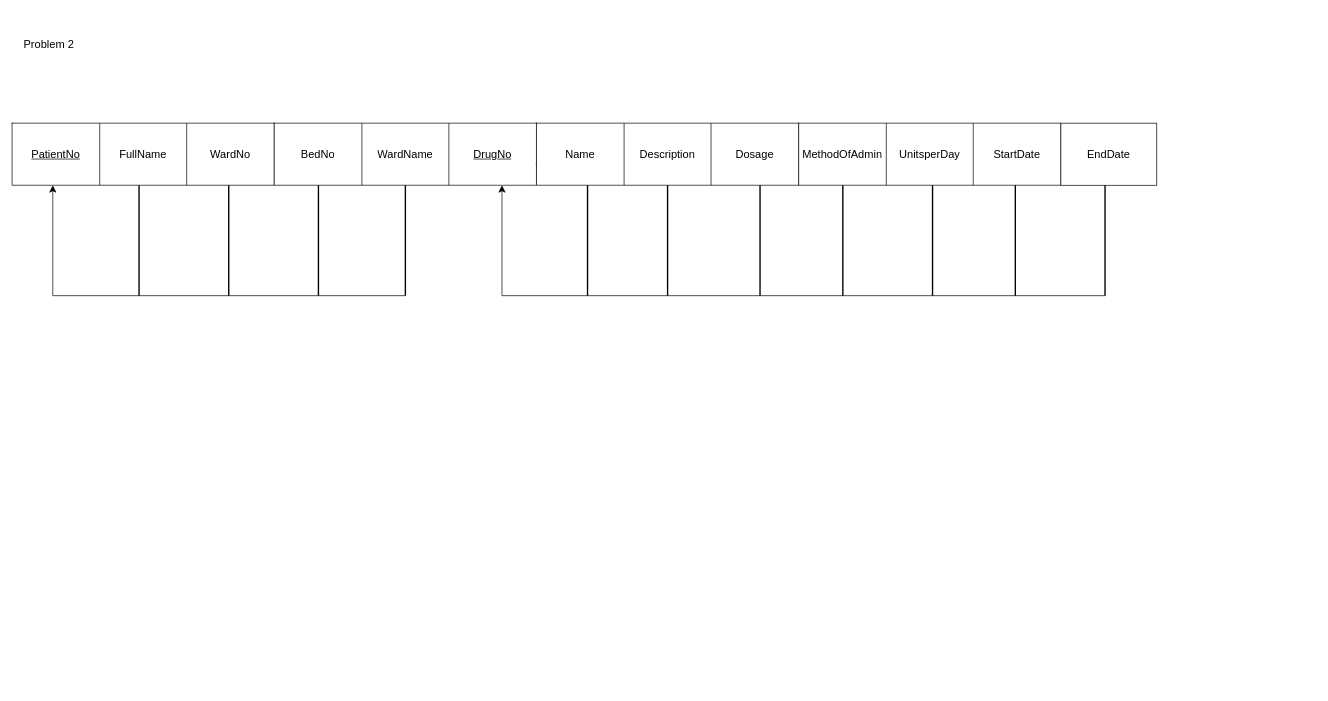
The draw.io diagram page "Page-1" (1 of 2) of Untitled Diagram.drawio in jahnavik0801/Databases, before the edit. Source tidied: cells renumbered, new cells numbered last; positions are measured from the earlier drawing's top-left corner, leaving out a move shared by most shapes. Both pictures are drawn from the tidied source at 69%, with x=0, y=0 at pixel (12, 34).
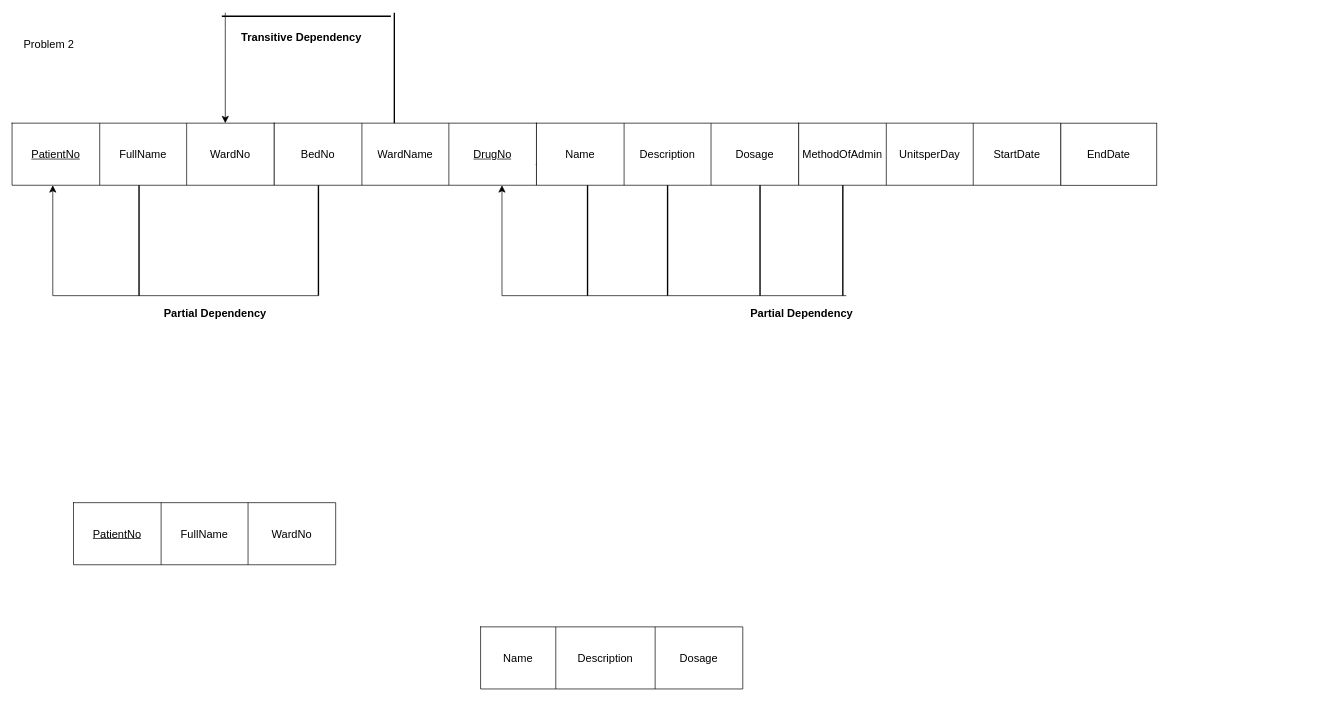
Above is the later version.

The change refers to these unchanged cells:
```xml
<mxCell id="39" style="line;strokeWidth=2;direction=south;html=1;" parent="1" vertex="1">
  <mxGeometry x="439" y="219" width="10" height="160" as="geometry" />
</mxCell>
```

Change to the diagram source:
```diff
@@
-    <mxCell id="29" style="line;strokeWidth=2;direction=south;html=1;" parent="1" vertex="1">
-      <mxGeometry x="309" y="219" width="10" height="160" as="geometry" />
-    </mxCell>
@@
-    <mxCell id="31" style="line;strokeWidth=2;direction=south;html=1;" parent="1" vertex="1">
-      <mxGeometry x="565" y="219" width="10" height="160" as="geometry" />
-    </mxCell>
-    <mxCell id="32" style="line;strokeWidth=2;direction=south;html=1;" parent="1" vertex="1">
-      <mxGeometry x="1579" y="219" width="10" height="160" as="geometry" />
-    </mxCell>
-    <mxCell id="33" style="line;strokeWidth=2;direction=south;html=1;" parent="1" vertex="1">
-      <mxGeometry x="1449" y="219" width="10" height="160" as="geometry" />
-    </mxCell>
-    <mxCell id="34" style="line;strokeWidth=2;direction=south;html=1;" parent="1" vertex="1">
-      <mxGeometry x="1329" y="219" width="10" height="160" as="geometry" />
-    </mxCell>
@@
-    <mxCell id="38" style="edgeStyle=segmentEdgeStyle;endArrow=classic;html=1;curved=0;rounded=0;endSize=8;startSize=8;fontSize=12;exitX=1;exitY=0.5;exitDx=0;exitDy=0;exitPerimeter=0;" parent="1" edge="1" source="31">
+    <mxCell id="38" style="edgeStyle=segmentEdgeStyle;endArrow=classic;html=1;curved=0;rounded=0;endSize=8;startSize=8;fontSize=12;exitX=1;exitY=0.5;exitDx=0;exitDy=0;exitPerimeter=0;" parent="1" edge="1" source="39">
       <mxGeometry relative="1" as="geometry">
         <mxPoint x="59" y="219" as="targetPoint" />
       </mxGeometry>
     </mxCell>
@@
-    <mxCell id="40" style="edgeStyle=segmentEdgeStyle;endArrow=classic;html=1;curved=0;rounded=0;endSize=8;startSize=8;fontSize=12;exitX=1;exitY=0.5;exitDx=0;exitDy=0;exitPerimeter=0;fontStyle=1;" parent="1" edge="1" source="32">
+    <mxCell id="40" style="edgeStyle=segmentEdgeStyle;endArrow=classic;html=1;curved=0;rounded=0;endSize=8;startSize=8;fontSize=12;fontStyle=1;" parent="1" edge="1">
       <mxGeometry relative="1" as="geometry">
+        <mxPoint x="1209" y="379" as="sourcePoint" />
         <mxPoint x="710" y="219" as="targetPoint" />
       </mxGeometry>
     </mxCell>
+    <mxCell id="41" value="&lt;b&gt;Partial Dependency&lt;/b&gt;" style="text;html=1;align=center;verticalAlign=middle;strokeColor=none;fillColor=none;fontSize=16;" parent="1" vertex="1">
+      <mxGeometry x="209" y="389" width="170" height="30" as="geometry" />
+    </mxCell>
+    <mxCell id="42" value="&lt;b&gt;Partial Dependency&lt;/b&gt;" style="text;html=1;align=center;verticalAlign=middle;strokeColor=none;fillColor=none;fontSize=16;" parent="1" vertex="1">
+      <mxGeometry x="1059" y="389" width="170" height="30" as="geometry" />
+    </mxCell>
+    <mxCell id="43" style="line;strokeWidth=2;direction=south;html=1;" parent="1" vertex="1">
+      <mxGeometry x="549" y="-31" width="10" height="160" as="geometry" />
+    </mxCell>
+    <mxCell id="44" style="edgeStyle=none;orthogonalLoop=1;jettySize=auto;html=1;rounded=0;fontSize=12;startSize=8;endSize=8;curved=1;" parent="1" edge="1">
+      <mxGeometry relative="1" as="geometry">
+        <mxPoint x="309" y="-31" as="sourcePoint" />
+        <mxPoint x="309" y="129" as="targetPoint" />
+      </mxGeometry>
+    </mxCell>
+    <mxCell id="45" style="line;strokeWidth=2;html=1;" parent="1" vertex="1">
+      <mxGeometry x="304" y="-31" width="245" height="10" as="geometry" />
+    </mxCell>
+    <mxCell id="46" value="&lt;b&gt;Transitive Dependency&lt;/b&gt;" style="text;html=1;align=center;verticalAlign=middle;strokeColor=none;fillColor=none;fontSize=16;" parent="1" vertex="1">
+      <mxGeometry x="319" y="-11" width="200" height="30" as="geometry" />
+    </mxCell>
+    <mxCell id="47" style="shape=table;startSize=0;childLayout=tableLayout;fontSize=16;" parent="1" vertex="1">
+      <mxGeometry x="89" y="679" width="380" height="90" as="geometry" />
+    </mxCell>
+    <mxCell id="48" style="shape=tableRow;horizontal=0;startSize=0;swimlaneHead=0;swimlaneBody=0;strokeColor=inherit;top=0;left=0;bottom=0;right=0;fillColor=none;fontSize=16;" parent="47" vertex="1">
+      <mxGeometry width="380" height="90" as="geometry" />
+    </mxCell>
+    <mxCell id="49" value="&lt;u&gt;PatientNo&lt;/u&gt;" style="shape=partialRectangle;html=1;whiteSpace=wrap;strokeColor=inherit;overflow=hidden;fillColor=none;top=0;left=0;bottom=0;right=0;fontSize=16;" parent="48" vertex="1">
+      <mxGeometry width="127" height="90" as="geometry" />
+    </mxCell>
+    <mxCell id="50" value="FullName" style="shape=partialRectangle;html=1;whiteSpace=wrap;strokeColor=inherit;overflow=hidden;fillColor=none;top=0;left=0;bottom=0;right=0;fontSize=16;" parent="48" vertex="1">
+      <mxGeometry x="127" width="126" height="90" as="geometry" />
+    </mxCell>
+    <mxCell id="51" value="WardNo" style="shape=partialRectangle;html=1;whiteSpace=wrap;strokeColor=inherit;overflow=hidden;fillColor=none;top=0;left=0;bottom=0;right=0;fontSize=16;" parent="48" vertex="1">
+      <mxGeometry x="253" width="127" height="90" as="geometry" />
+    </mxCell>
+    <mxCell id="52" style="shape=table;startSize=0;childLayout=tableLayout;fontSize=16;" parent="1" vertex="1">
+      <mxGeometry x="679" y="859" width="380" height="90" as="geometry" />
+    </mxCell>
+    <mxCell id="53" style="shape=tableRow;horizontal=0;startSize=0;swimlaneHead=0;swimlaneBody=0;strokeColor=inherit;top=0;left=0;bottom=0;right=0;fillColor=none;fontSize=16;" parent="52" vertex="1">
+      <mxGeometry width="380" height="90" as="geometry" />
+    </mxCell>
+    <mxCell id="54" value="Name" style="shape=partialRectangle;html=1;whiteSpace=wrap;strokeColor=inherit;overflow=hidden;fillColor=none;top=0;left=0;bottom=0;right=0;fontSize=16;" parent="53" vertex="1">
+      <mxGeometry width="109" height="90" as="geometry" />
+    </mxCell>
+    <mxCell id="55" value="Description" style="shape=partialRectangle;html=1;whiteSpace=wrap;strokeColor=inherit;overflow=hidden;fillColor=none;top=0;left=0;bottom=0;right=0;fontSize=16;" parent="53" vertex="1">
+      <mxGeometry x="109" width="144" height="90" as="geometry" />
+    </mxCell>
+    <mxCell id="56" value="Dosage" style="shape=partialRectangle;html=1;whiteSpace=wrap;strokeColor=inherit;overflow=hidden;fillColor=none;top=0;left=0;bottom=0;right=0;fontSize=16;" parent="53" vertex="1">
+      <mxGeometry x="253" width="127" height="90" as="geometry" />
+    </mxCell>
```
